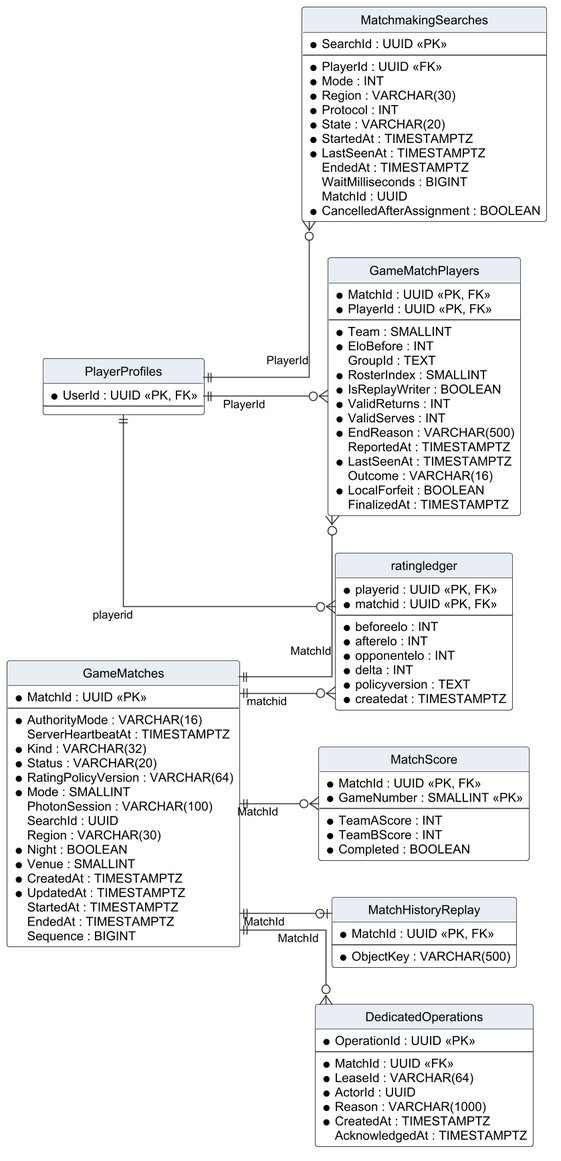
The PlantUML diagram Doc/Project_report/Report/diagrams/png/r4_erd_match.png in Tad-Min/PickleVerse, before a commit. The source it was exported from:
```plantuml
@startuml r4_erd_match
!include _style.iuml
hide circle
hide empty members
skinparam linetype ortho
left to right direction
entity "GameMatches" as GameMatches {
  * MatchId : UUID <<PK>>
  --
  * AuthorityMode : VARCHAR(16)
  ServerHeartbeatAt : TIMESTAMPTZ
  * Kind : VARCHAR(32)
  * Status : VARCHAR(20)
  * RatingPolicyVersion : VARCHAR(64)
  * Mode : SMALLINT
  PhotonSession : VARCHAR(100)
  SearchId : UUID
  Region : VARCHAR(30)
  * Night : BOOLEAN
  * Venue : SMALLINT
  * CreatedAt : TIMESTAMPTZ
  * UpdatedAt : TIMESTAMPTZ
  StartedAt : TIMESTAMPTZ
  EndedAt : TIMESTAMPTZ
  Sequence : BIGINT
}
entity "GameMatchPlayers" as GameMatchPlayers {
  * MatchId : UUID <<PK, FK>>
  * PlayerId : UUID <<PK, FK>>
  --
  * Team : SMALLINT
  * EloBefore : INT
  GroupId : TEXT
  * RosterIndex : SMALLINT
  * IsReplayWriter : BOOLEAN
  * ValidReturns : INT
  * ValidServes : INT
  * EndReason : VARCHAR(500)
  ReportedAt : TIMESTAMPTZ
  * LastSeenAt : TIMESTAMPTZ
  Outcome : VARCHAR(16)
  * LocalForfeit : BOOLEAN
  FinalizedAt : TIMESTAMPTZ
}
entity "MatchScore" as MatchScore {
  * MatchId : UUID <<PK, FK>>
  * GameNumber : SMALLINT <<PK>>
  --
  * TeamAScore : INT
  * TeamBScore : INT
  * Completed : BOOLEAN
}
entity "ratingledger" as ratingledger {
  * playerid : UUID <<PK, FK>>
  * matchid : UUID <<PK, FK>>
  --
  * beforeelo : INT
  * afterelo : INT
  * opponentelo : INT
  * delta : INT
  * policyversion : TEXT
  * createdat : TIMESTAMPTZ
}
entity "MatchHistoryReplay" as MatchHistoryReplay {
  * MatchId : UUID <<PK, FK>>
  --
  * ObjectKey : VARCHAR(500)
}
entity "MatchmakingSearches" as MatchmakingSearches {
  * SearchId : UUID <<PK>>
  --
  * PlayerId : UUID <<FK>>
  * Mode : INT
  * Region : VARCHAR(30)
  * Protocol : INT
  * State : VARCHAR(20)
  * StartedAt : TIMESTAMPTZ
  * LastSeenAt : TIMESTAMPTZ
  EndedAt : TIMESTAMPTZ
  WaitMilliseconds : BIGINT
  MatchId : UUID
  * CancelledAfterAssignment : BOOLEAN
}
entity "DedicatedOperations" as DedicatedOperations {
  * OperationId : UUID <<PK>>
  --
  * MatchId : UUID <<FK>>
  * LeaseId : VARCHAR(64)
  * ActorId : UUID
  * Reason : VARCHAR(1000)
  * CreatedAt : TIMESTAMPTZ
  AcknowledgedAt : TIMESTAMPTZ
}
entity "PlayerProfiles" as PlayerProfiles {
  * UserId : UUID <<PK, FK>>
  --
}
GameMatches ||--o{ GameMatchPlayers : "MatchId"
PlayerProfiles ||--o{ GameMatchPlayers : "PlayerId"
GameMatches ||--o{ MatchScore : "MatchId"
PlayerProfiles ||--o{ ratingledger : "playerid"
GameMatches ||--o{ ratingledger : "matchid"
GameMatches ||--o| MatchHistoryReplay : "MatchId"
PlayerProfiles ||--o{ MatchmakingSearches : "PlayerId"
GameMatches ||--o{ DedicatedOperations : "MatchId"
@enduml
```
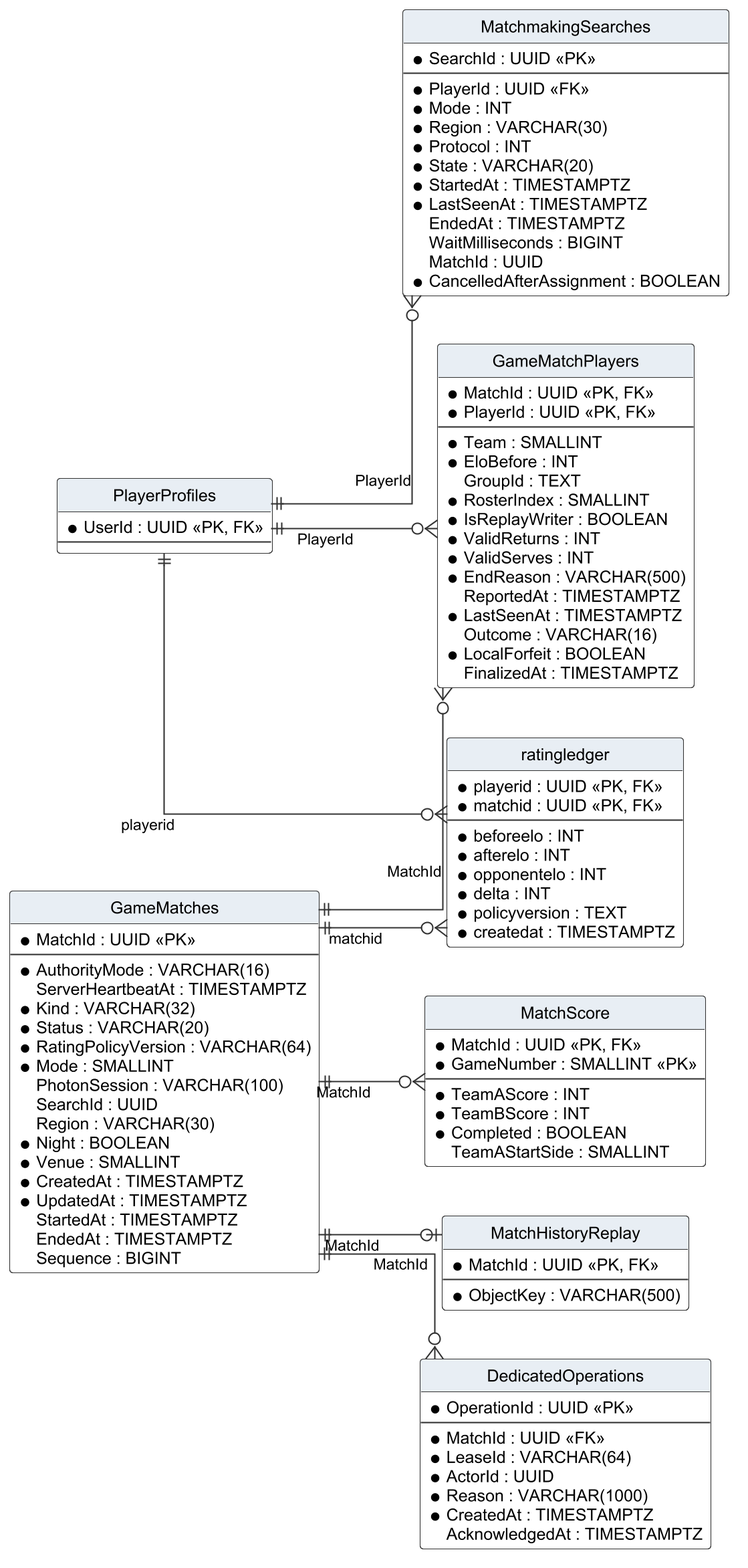
Later version of the same file.

Diff of the diagram source:
```diff
@@ -49,6 +49,7 @@
   * TeamAScore : INT
   * TeamBScore : INT
   * Completed : BOOLEAN
+  TeamAStartSide : SMALLINT
 }
 entity "ratingledger" as ratingledger {
   * playerid : UUID <<PK, FK>>
```
